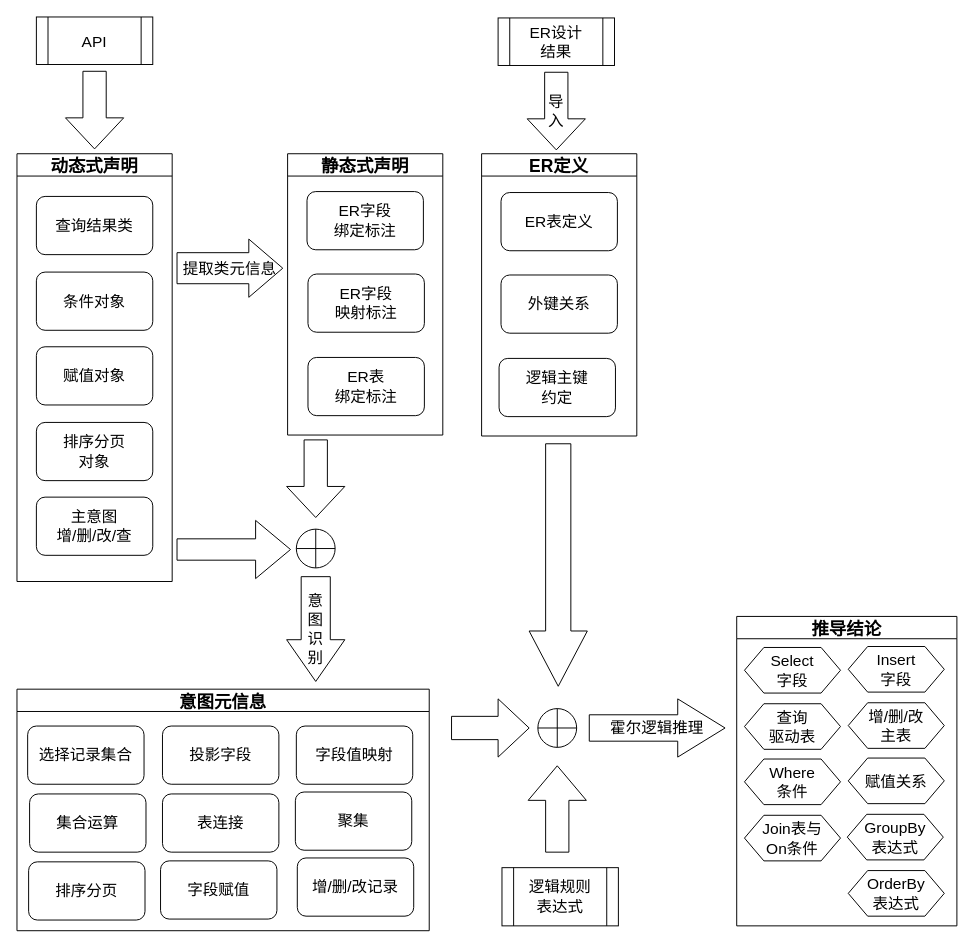
Earlier version of the draw.io diagram page "推导原理示意图" (1 of 2) of SQL生成.drawio (tenyks/activiti-demo). Source tidied: cells renumbered, new cells numbered last; positions are measured from the earlier drawing's top-left corner, leaving out a move shared by most shapes. Both pictures are drawn from the tidied source at 97%, with x=0, y=0 at pixel (16, 16).
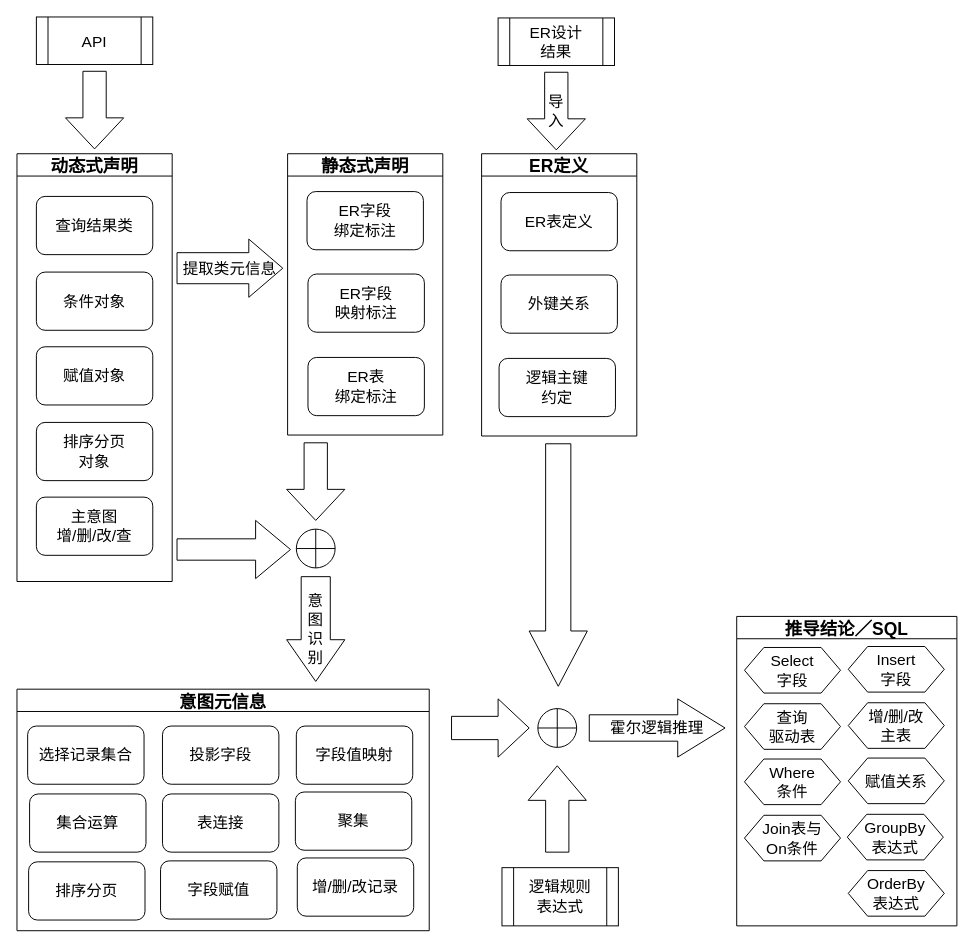
The same page after the edit.

Diff of the diagram source:
```diff
@@
-    <mxCell id="17" value="推导结论" style="swimlane;fontSize=18;" parent="1" vertex="1">
+    <mxCell id="17" value="推导结论／SQL" style="swimlane;fontSize=18;" parent="1" vertex="1">
       <mxGeometry x="742" y="618" width="227" height="319" as="geometry" />
     </mxCell>
@@
     <mxCell id="50" style="shape=singleArrow;whiteSpace=wrap;html=1;arrowWidth=0.4;arrowSize=0.4;direction=south;fontSize=16;" parent="1" vertex="1">
-      <mxGeometry x="278" y="436" width="60" height="80" as="geometry" />
+      <mxGeometry x="278" y="439" width="60" height="80" as="geometry" />
     </mxCell>
```
